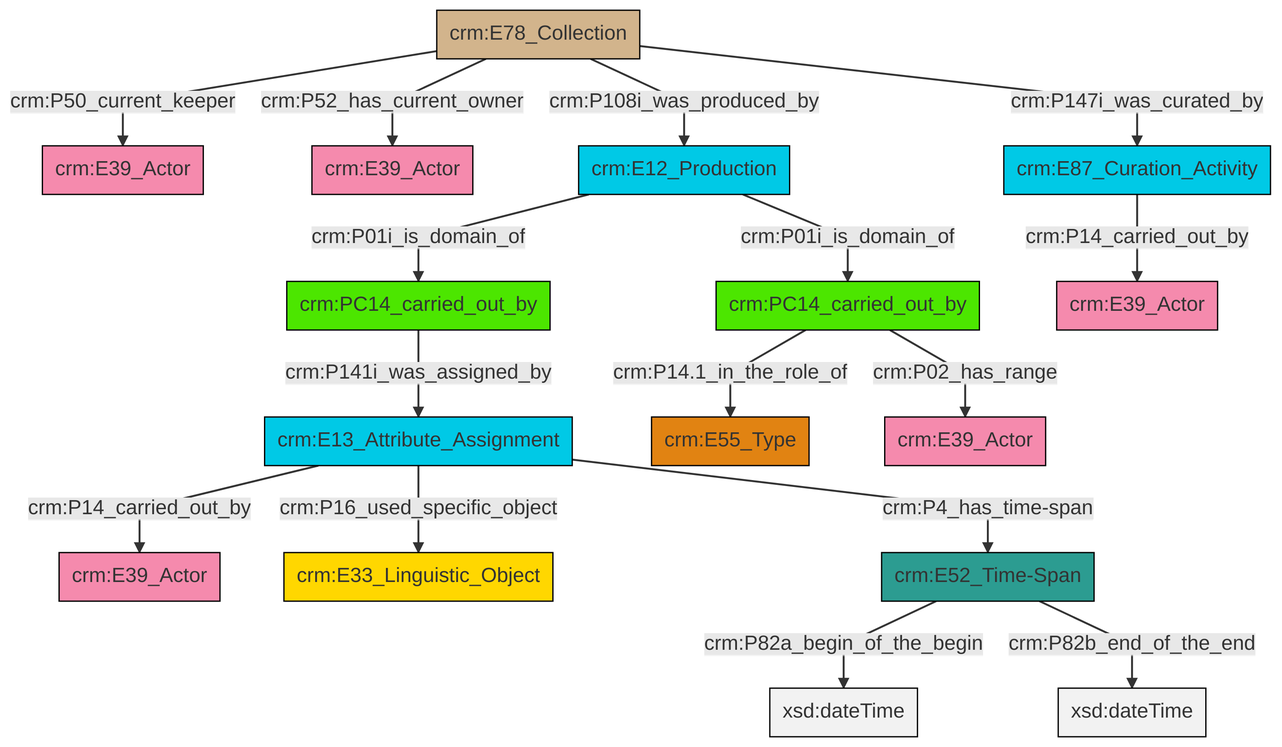
Above: et/archivalCSV/ttl/mmd/png/archival_relation.png in swiss-art-research-net/docs.swissartresearch (Mermaid), before the change. Its source is kept beside it as et/archivalCSV/ttl/mmd/archival_relation.ttl.mmd.
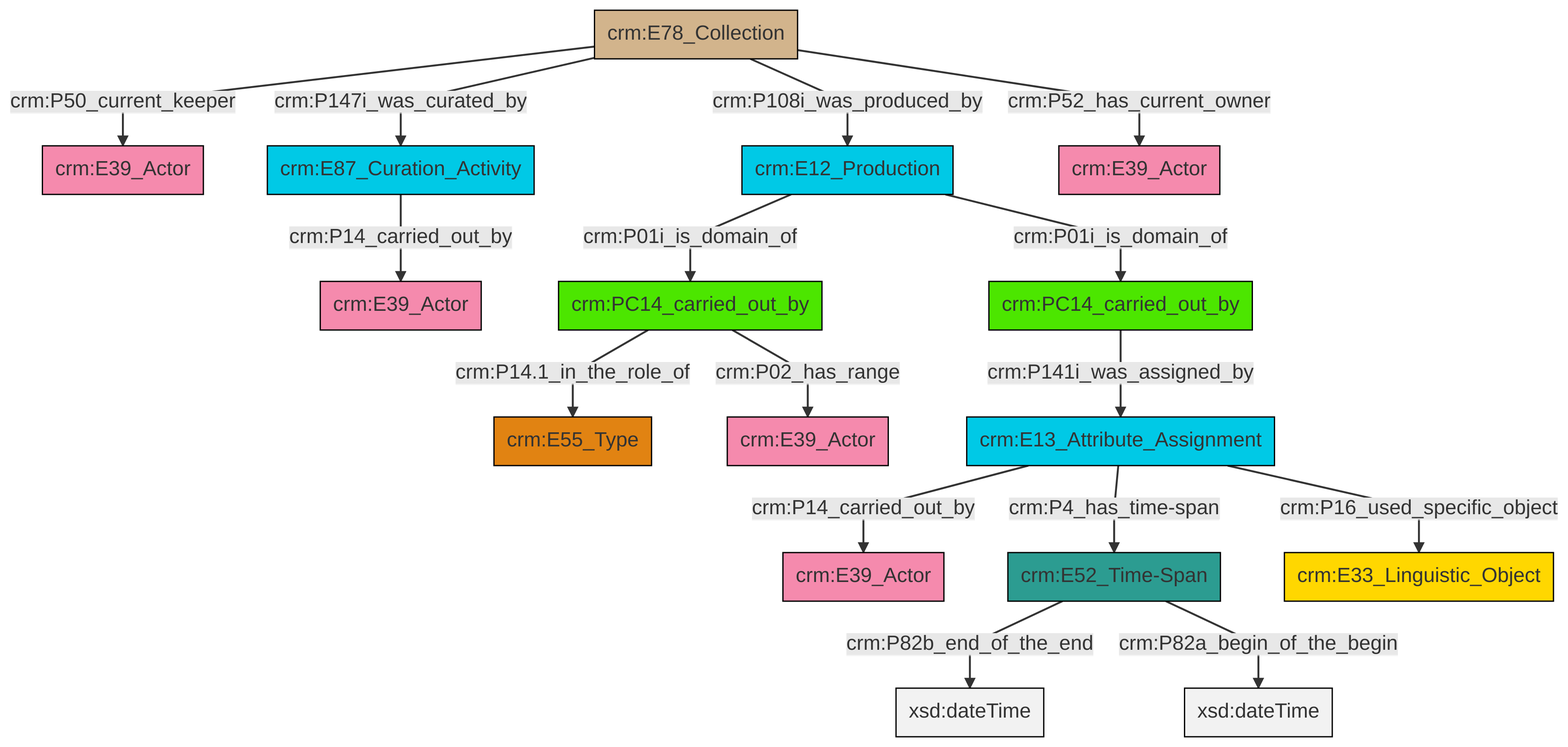
The same diagram one commit later.

What changed in the source:
```diff
@@ -13,18 +13,18 @@
 classDef PC_Classes fill:#4ce600, stroke:#000000;
 classDef Multi fill:#cccccc,stroke:#000000;
 
-0["crm:E13_Attribute_Assignment"]:::Temporal_Entity -->|crm:P14_carried_out_by| 1["crm:E39_Actor"]:::Actor
-4["crm:E52_Time-Span"]:::Time-Span -->|crm:P82a_begin_of_the_begin| 5[xsd:dateTime]:::Literal
-9["crm:E12_Production"]:::Temporal_Entity -->|crm:P01i_is_domain_of| 11["crm:PC14_carried_out_by"]:::PC_Classes
-12["crm:E78_Collection"]:::Physical_Thing -->|crm:P50_current_keeper| 6["crm:E39_Actor"]:::Actor
-13["crm:E87_Curation_Activity"]:::Temporal_Entity -->|crm:P14_carried_out_by| 14["crm:E39_Actor"]:::Actor
-12["crm:E78_Collection"]:::Physical_Thing -->|crm:P52_has_current_owner| 15["crm:E39_Actor"]:::Actor
-17["crm:PC14_carried_out_by"]:::PC_Classes -->|crm:P14.1_in_the_role_of| 18["crm:E55_Type"]:::Type
-11["crm:PC14_carried_out_by"]:::PC_Classes -->|crm:P141i_was_assigned_by| 0["crm:E13_Attribute_Assignment"]:::Temporal_Entity
-4["crm:E52_Time-Span"]:::Time-Span -->|crm:P82b_end_of_the_end| 23[xsd:dateTime]:::Literal
-12["crm:E78_Collection"]:::Physical_Thing -->|crm:P108i_was_produced_by| 9["crm:E12_Production"]:::Temporal_Entity
-0["crm:E13_Attribute_Assignment"]:::Temporal_Entity -->|crm:P16_used_specific_object| 2["crm:E33_Linguistic_Object"]:::Conceptual_Object
-0["crm:E13_Attribute_Assignment"]:::Temporal_Entity -->|crm:P4_has_time-span| 4["crm:E52_Time-Span"]:::Time-Span
-9["crm:E12_Production"]:::Temporal_Entity -->|crm:P01i_is_domain_of| 17["crm:PC14_carried_out_by"]:::PC_Classes
-17["crm:PC14_carried_out_by"]:::PC_Classes -->|crm:P02_has_range| 26["crm:E39_Actor"]:::Actor
-12["crm:E78_Collection"]:::Physical_Thing -->|crm:P147i_was_curated_by| 13["crm:E87_Curation_Activity"]:::Temporal_Entity
+0["crm:E52_Time-Span"]:::Time-Span -->|crm:P82b_end_of_the_end| 1[xsd:dateTime]:::Literal
+2["crm:E78_Collection"]:::Physical_Thing -->|crm:P50_current_keeper| 3["crm:E39_Actor"]:::Actor
+4["crm:PC14_carried_out_by"]:::PC_Classes -->|crm:P14.1_in_the_role_of| 5["crm:E55_Type"]:::Type
+9["crm:PC14_carried_out_by"]:::PC_Classes -->|crm:P141i_was_assigned_by| 10["crm:E13_Attribute_Assignment"]:::Temporal_Entity
+7["crm:E87_Curation_Activity"]:::Temporal_Entity -->|crm:P14_carried_out_by| 14["crm:E39_Actor"]:::Actor
+0["crm:E52_Time-Span"]:::Time-Span -->|crm:P82a_begin_of_the_begin| 15[xsd:dateTime]:::Literal
+10["crm:E13_Attribute_Assignment"]:::Temporal_Entity -->|crm:P14_carried_out_by| 18["crm:E39_Actor"]:::Actor
+2["crm:E78_Collection"]:::Physical_Thing -->|crm:P147i_was_curated_by| 7["crm:E87_Curation_Activity"]:::Temporal_Entity
+2["crm:E78_Collection"]:::Physical_Thing -->|crm:P108i_was_produced_by| 21["crm:E12_Production"]:::Temporal_Entity
+21["crm:E12_Production"]:::Temporal_Entity -->|crm:P01i_is_domain_of| 4["crm:PC14_carried_out_by"]:::PC_Classes
+2["crm:E78_Collection"]:::Physical_Thing -->|crm:P52_has_current_owner| 22["crm:E39_Actor"]:::Actor
+10["crm:E13_Attribute_Assignment"]:::Temporal_Entity -->|crm:P4_has_time-span| 0["crm:E52_Time-Span"]:::Time-Span
+21["crm:E12_Production"]:::Temporal_Entity -->|crm:P01i_is_domain_of| 9["crm:PC14_carried_out_by"]:::PC_Classes
+4["crm:PC14_carried_out_by"]:::PC_Classes -->|crm:P02_has_range| 16["crm:E39_Actor"]:::Actor
+10["crm:E13_Attribute_Assignment"]:::Temporal_Entity -->|crm:P16_used_specific_object| 12["crm:E33_Linguistic_Object"]:::Conceptual_Object
```
